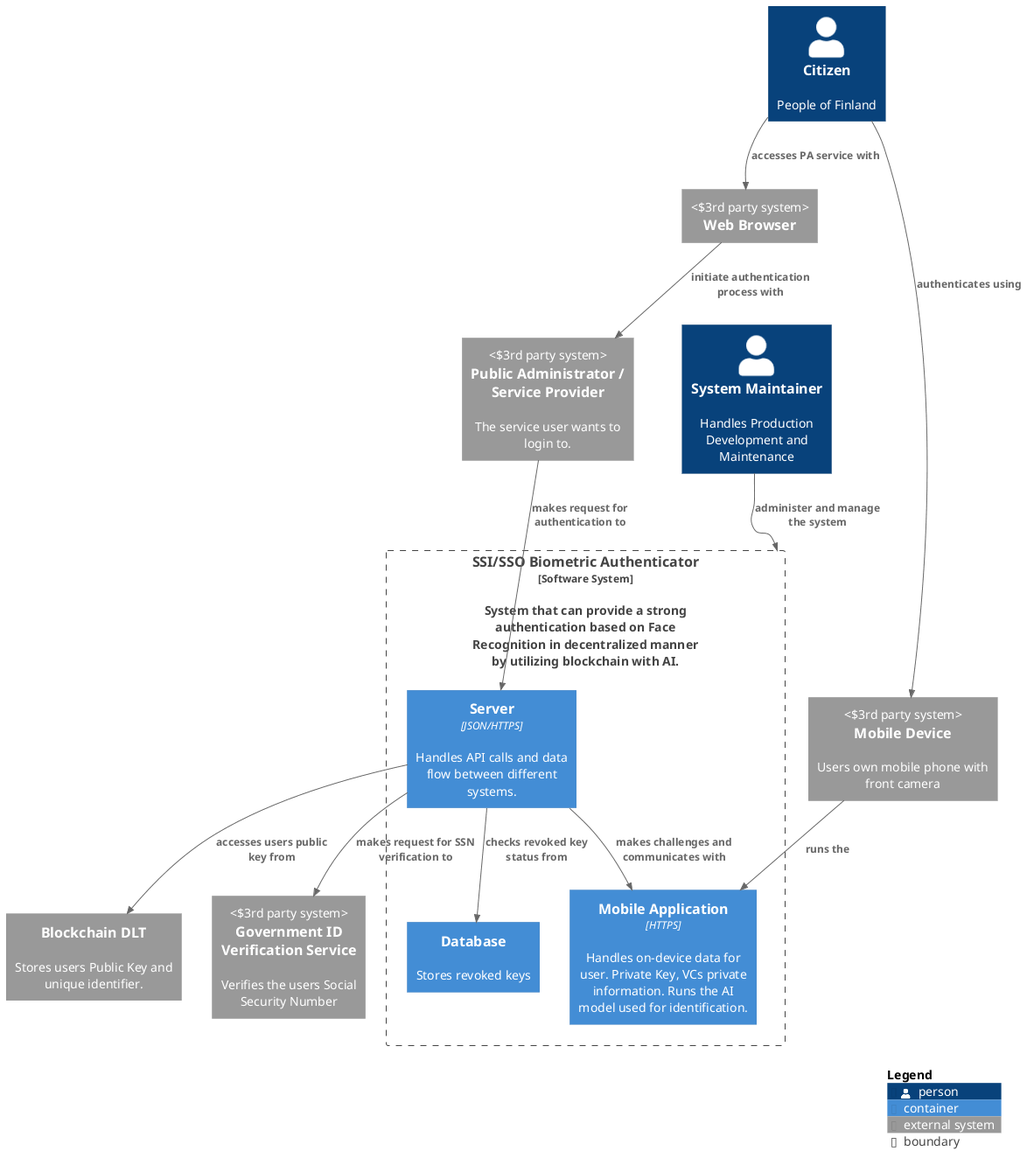
This is images/Container.png from Dorfultariant/Architecture_Diagrams, a PlantUML export, as it was before one commit.
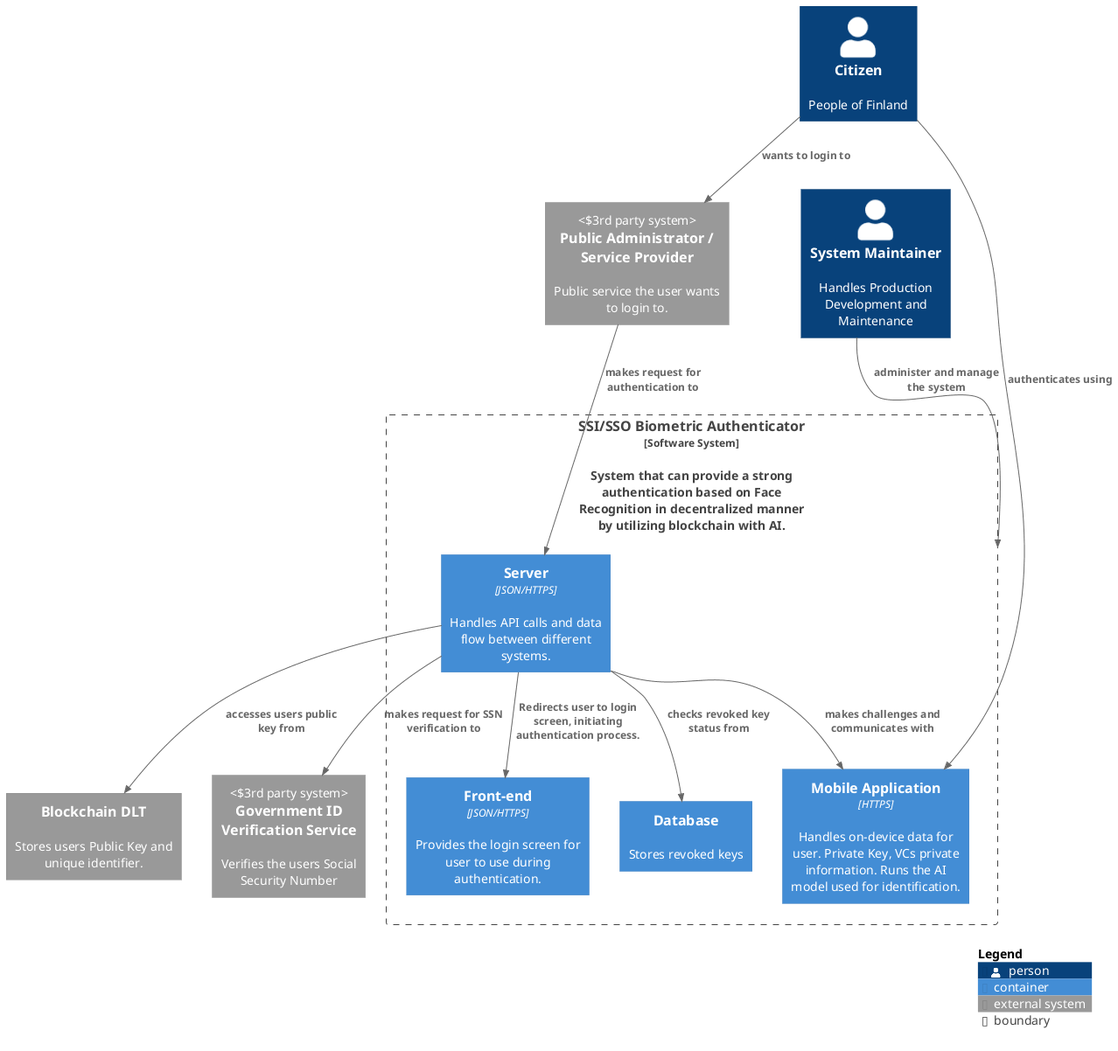
The same diagram one commit later.

Commit message:
Updated container view to accomodate changes and feedback

Change to the diagram source:
```diff
@@ -7,25 +7,23 @@
 Person(maintainer, "System Maintainer", "Handles Production Development and Maintenance")
 
 System_Ext(blockchain, "Blockchain DLT", "Stores users Public Key and unique identifier.")
-System_Ext(web_browser, "Web Browser", "", "3rd party system")
-System_Ext(phone_dev, "Mobile Device", "Users own mobile phone with front camera", "3rd party system")
-System_Ext(ext_pa, "Public Administrator / Service Provider", "The service user wants to login to.", "3rd party system")
+System_Ext(ext_pa, "Public Administrator / Service Provider", "Public service the user wants to login to. ", "3rd party system")
 System_Ext(govidservice, "Government ID Verification Service", "Verifies the users Social Security Number", "3rd party system")
 
 Boundary(useless_auth, "SSI/SSO Biometric Authenticator", "Software System", "", "", "System that can provide a strong authentication based on Face Recognition in decentralized manner by utilizing blockchain with AI.") {
     Container(backend, "Server", "JSON/HTTPS", "Handles API calls and data flow between different systems.")
+    Container(frontend, "Front-end", "JSON/HTTPS", "Provides the login screen for user to use during authentication.")
     Container(db, "Database", "", "Stores revoked keys")
     Container(phoneapp, "Mobile Application", "HTTPS", "Handles on-device data for user. Private Key, VCs private information. Runs the AI model used for identification.")
 
     Rel(backend, phoneapp, "makes challenges and communicates with")
+    Rel(backend, frontend, "Redirects user to login screen, initiating authentication process.")
 }
 
 Rel(maintainer, useless_auth, "administer and manage the system")
-Rel(citizens, phone_dev, "authenticates using")
-Rel(citizens, web_browser, "accesses PA service with")
-Rel(web_browser, ext_pa, "initiate authentication process with")
+Rel(citizens, phoneapp, "authenticates using")
+Rel(citizens, ext_pa, "wants to login to")
 Rel(ext_pa, backend, "makes request for authentication to")
-Rel(phone_dev, phoneapp, "runs the", "")
 Rel(backend, govidservice, "makes request for SSN verification to")
 Rel(backend, blockchain, "accesses users public key from")
 Rel(backend, db, "checks revoked key status from")
```
